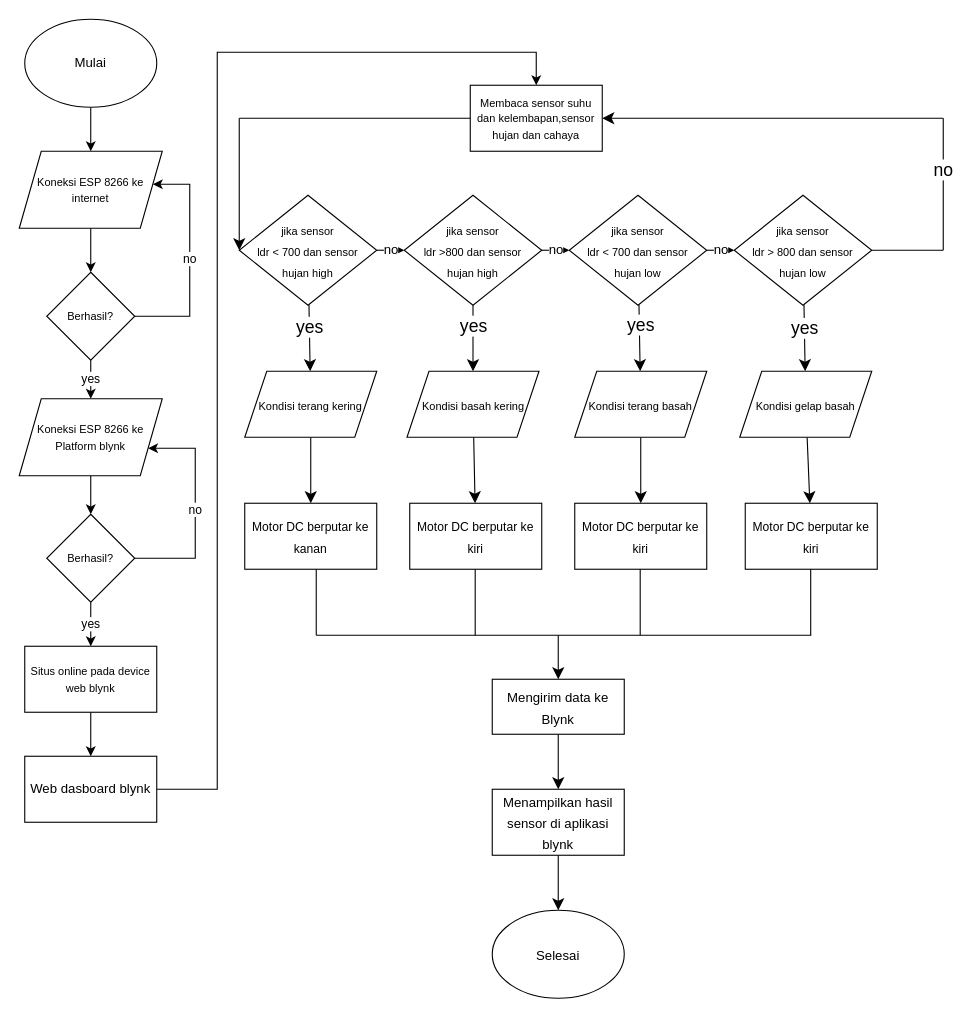
Earlier version of the draw.io diagram Untitled Diagram.drawio (briannugroho/technical-project-Assignment-1). Source tidied: cells renumbered, new cells numbered last; positions are measured from the earlier drawing's top-left corner, leaving out a move shared by most shapes. Both pictures are drawn from the tidied source at 110%, with x=0, y=0 at pixel (19, 19).
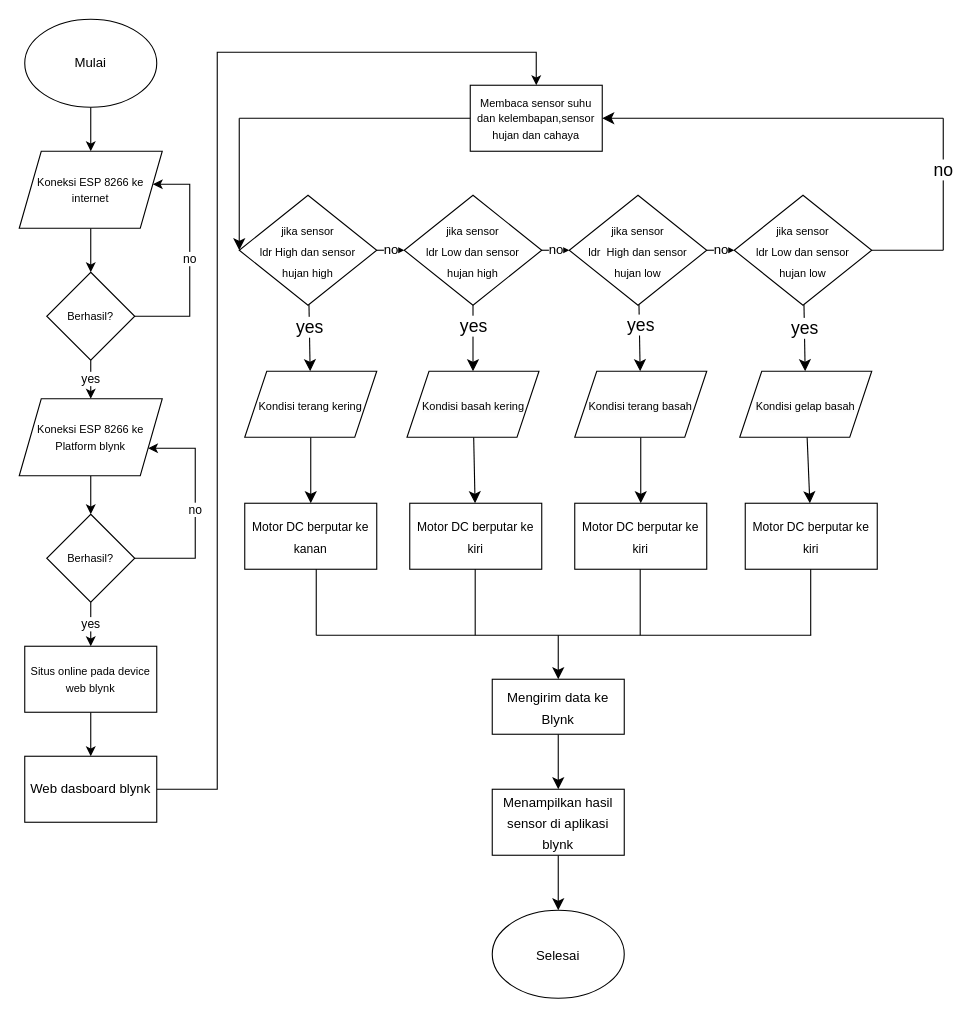
After the change.

What changed in the source:
```diff
@@
-    <mxCell id="22" value="&lt;font style=&quot;font-size: 10px;&quot;&gt;jika sensor &lt;br&gt;ldr &amp;lt; 700 dan sensor&lt;br&gt;hujan high&lt;/font&gt;" style="rhombus;whiteSpace=wrap;html=1;rounded=0;fontSize=16;" parent="1" vertex="1">
+    <mxCell id="22" value="&lt;font style=&quot;font-size: 10px;&quot;&gt;jika sensor &lt;br&gt;ldr High dan sensor&lt;br&gt;hujan high&lt;/font&gt;" style="rhombus;whiteSpace=wrap;html=1;rounded=0;fontSize=16;" parent="1" vertex="1">
       <mxGeometry x="200" y="160" width="125" height="100" as="geometry" />
     </mxCell>
@@
-    <mxCell id="26" value="&lt;font style=&quot;font-size: 10px;&quot;&gt;jika sensor &lt;br&gt;ldr &amp;gt;800 dan sensor&lt;br&gt;hujan high&lt;/font&gt;" style="rhombus;whiteSpace=wrap;html=1;rounded=0;fontSize=16;" parent="1" vertex="1">
+    <mxCell id="26" value="&lt;font style=&quot;font-size: 10px;&quot;&gt;jika sensor &lt;br&gt;ldr Low dan sensor&lt;br&gt;hujan high&lt;/font&gt;" style="rhombus;whiteSpace=wrap;html=1;rounded=0;fontSize=16;" parent="1" vertex="1">
       <mxGeometry x="350" y="160" width="125" height="100" as="geometry" />
     </mxCell>
@@
-    <mxCell id="30" value="&lt;font style=&quot;font-size: 10px;&quot;&gt;jika sensor &lt;br&gt;ldr &amp;lt; 700 dan sensor&lt;br&gt;hujan low&lt;/font&gt;" style="rhombus;whiteSpace=wrap;html=1;rounded=0;fontSize=16;" parent="1" vertex="1">
+    <mxCell id="30" value="&lt;font style=&quot;font-size: 10px;&quot;&gt;jika sensor &lt;br&gt;ldr&amp;nbsp; High dan sensor&lt;br&gt;hujan low&lt;/font&gt;" style="rhombus;whiteSpace=wrap;html=1;rounded=0;fontSize=16;" parent="1" vertex="1">
       <mxGeometry x="500" y="160" width="125" height="100" as="geometry" />
     </mxCell>
@@
-    <mxCell id="33" value="&lt;font style=&quot;font-size: 10px;&quot;&gt;jika sensor &lt;br&gt;ldr &amp;gt; 800 dan sensor&lt;br&gt;hujan low&lt;/font&gt;" style="rhombus;whiteSpace=wrap;html=1;rounded=0;fontSize=16;" parent="1" vertex="1">
+    <mxCell id="33" value="&lt;font style=&quot;font-size: 10px;&quot;&gt;jika sensor &lt;br&gt;ldr Low dan sensor&lt;br&gt;hujan low&lt;/font&gt;" style="rhombus;whiteSpace=wrap;html=1;rounded=0;fontSize=16;" parent="1" vertex="1">
       <mxGeometry x="650" y="160" width="125" height="100" as="geometry" />
     </mxCell>
```
